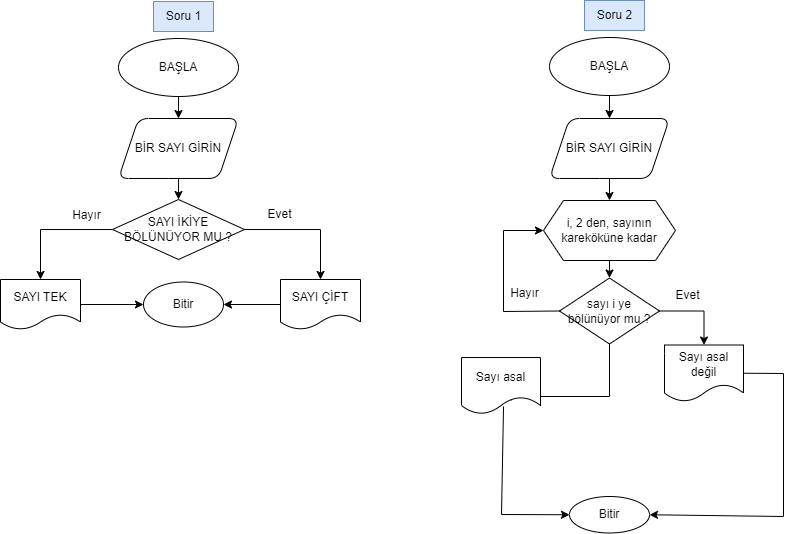
Earlier version of the draw.io export AkışDiyagramıÇözüm.png (csargin/TURKSTUDENTCO-DATA-SCIENCE-BOOTCAMP). Source tidied: cells renumbered, new cells last; positions are measured from the earlier drawing's top-left corner, leaving out a move shared by most shapes.
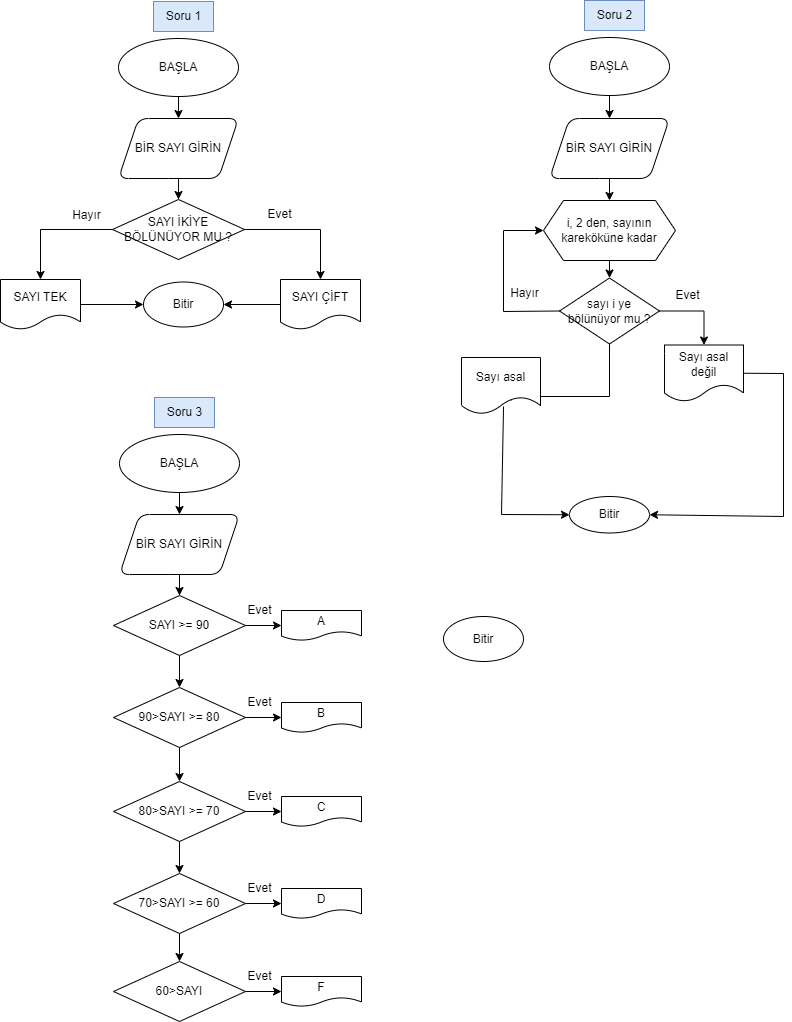
Later version of the same file.

Change to the diagram source:
```diff
@@ -120,5 +120,95 @@
         </Array>
       </mxGeometry>
     </mxCell>
+    <mxCell id="35" style="edgeStyle=orthogonalEdgeStyle;rounded=0;jettySize=auto;html=1;exitX=0.5;exitY=1;exitDx=0;exitDy=0;" parent="1" edge="1" source="36" target="38">
+      <mxGeometry relative="1" as="geometry" />
+    </mxCell>
+    <mxCell id="36" value="BAŞLA" style="ellipse;whiteSpace=wrap;html=1;" parent="1" vertex="1">
+      <mxGeometry x="119" y="434" width="120" height="58" as="geometry" />
+    </mxCell>
+    <mxCell id="37" style="edgeStyle=orthogonalEdgeStyle;rounded=0;jettySize=auto;html=1;" parent="1" edge="1" source="38" target="40">
+      <mxGeometry relative="1" as="geometry" />
+    </mxCell>
+    <mxCell id="38" value="BİR SAYI GİRİN" style="shape=parallelogram;perimeter=parallelogramPerimeter;whiteSpace=wrap;html=1;fixedSize=1;rounded=1;" parent="1" vertex="1">
+      <mxGeometry x="119" y="514" width="120" height="60" as="geometry" />
+    </mxCell>
+    <mxCell id="39" style="edgeStyle=orthogonalEdgeStyle;rounded=0;jettySize=auto;html=1;" parent="1" edge="1" source="40" target="41">
+      <mxGeometry relative="1" as="geometry" />
+    </mxCell>
+    <mxCell id="40" value="SAYI &amp;gt;= 90" style="rhombus;whiteSpace=wrap;html=1;" parent="1" vertex="1">
+      <mxGeometry x="113" y="595" width="132" height="60" as="geometry" />
+    </mxCell>
+    <mxCell id="41" value="A" style="shape=document;whiteSpace=wrap;html=1;boundedLbl=1;" parent="1" vertex="1">
+      <mxGeometry x="281" y="610" width="80" height="30" as="geometry" />
+    </mxCell>
+    <mxCell id="42" value="Evet" style="text;html=1;align=center;verticalAlign=middle;strokeColor=none;fillColor=none;" parent="1" vertex="1">
+      <mxGeometry x="234" y="595" width="50" height="30" as="geometry" />
+    </mxCell>
+    <mxCell id="43" value="Soru 3" style="text;html=1;align=center;verticalAlign=middle;strokeColor=#6c8ebf;fillColor=#dae8fc;" parent="1" vertex="1">
+      <mxGeometry x="154" y="397" width="60" height="30" as="geometry" />
+    </mxCell>
+    <mxCell id="44" value="Bitir" style="ellipse;whiteSpace=wrap;html=1;" parent="1" vertex="1">
+      <mxGeometry x="443" y="616" width="80" height="45" as="geometry" />
+    </mxCell>
+    <mxCell id="45" style="edgeStyle=orthogonalEdgeStyle;rounded=0;jettySize=auto;html=1;" parent="1" edge="1" source="46" target="47">
+      <mxGeometry relative="1" as="geometry" />
+    </mxCell>
+    <mxCell id="46" value="90&amp;gt;SAYI &amp;gt;= 80" style="rhombus;whiteSpace=wrap;html=1;" parent="1" vertex="1">
+      <mxGeometry x="113" y="687" width="132" height="60" as="geometry" />
+    </mxCell>
+    <mxCell id="47" value="B" style="shape=document;whiteSpace=wrap;html=1;boundedLbl=1;" parent="1" vertex="1">
+      <mxGeometry x="281" y="702" width="80" height="30" as="geometry" />
+    </mxCell>
+    <mxCell id="48" value="Evet" style="text;html=1;align=center;verticalAlign=middle;strokeColor=none;fillColor=none;" parent="1" vertex="1">
+      <mxGeometry x="234" y="687" width="50" height="30" as="geometry" />
+    </mxCell>
+    <mxCell id="49" style="endArrow=classic;html=1;rounded=0;entryX=0.5;entryY=0;entryDx=0;entryDy=0;exitX=0.5;exitY=1;exitDx=0;exitDy=0;" parent="1" edge="1" source="40" target="46">
+      <mxGeometry relative="1" as="geometry" />
+    </mxCell>
+    <mxCell id="50" style="edgeStyle=orthogonalEdgeStyle;rounded=0;jettySize=auto;html=1;exitX=0.5;exitY=1;exitDx=0;exitDy=0;" parent="1" edge="1" source="46" target="52">
+      <mxGeometry relative="1" as="geometry" />
+    </mxCell>
+    <mxCell id="51" style="edgeStyle=orthogonalEdgeStyle;rounded=0;jettySize=auto;html=1;" parent="1" edge="1" source="52" target="53">
+      <mxGeometry relative="1" as="geometry" />
+    </mxCell>
+    <mxCell id="52" value="80&amp;gt;SAYI &amp;gt;= 70" style="rhombus;whiteSpace=wrap;html=1;" parent="1" vertex="1">
+      <mxGeometry x="113" y="781" width="132" height="60" as="geometry" />
+    </mxCell>
+    <mxCell id="53" value="C" style="shape=document;whiteSpace=wrap;html=1;boundedLbl=1;" parent="1" vertex="1">
+      <mxGeometry x="281" y="796" width="80" height="30" as="geometry" />
+    </mxCell>
+    <mxCell id="54" value="Evet" style="text;html=1;align=center;verticalAlign=middle;strokeColor=none;fillColor=none;" parent="1" vertex="1">
+      <mxGeometry x="234" y="781" width="50" height="30" as="geometry" />
+    </mxCell>
+    <mxCell id="55" style="edgeStyle=orthogonalEdgeStyle;rounded=0;jettySize=auto;html=1;" parent="1" edge="1" source="56" target="57">
+      <mxGeometry relative="1" as="geometry" />
+    </mxCell>
+    <mxCell id="56" value="70&amp;gt;SAYI &amp;gt;= 60" style="rhombus;whiteSpace=wrap;html=1;" parent="1" vertex="1">
+      <mxGeometry x="113" y="873" width="132" height="60" as="geometry" />
+    </mxCell>
+    <mxCell id="57" value="D" style="shape=document;whiteSpace=wrap;html=1;boundedLbl=1;" parent="1" vertex="1">
+      <mxGeometry x="281" y="888" width="80" height="30" as="geometry" />
+    </mxCell>
+    <mxCell id="58" value="Evet" style="text;html=1;align=center;verticalAlign=middle;strokeColor=none;fillColor=none;" parent="1" vertex="1">
+      <mxGeometry x="234" y="873" width="50" height="30" as="geometry" />
+    </mxCell>
+    <mxCell id="59" style="endArrow=classic;html=1;rounded=0;entryX=0.5;entryY=0;entryDx=0;entryDy=0;exitX=0.5;exitY=1;exitDx=0;exitDy=0;" parent="1" edge="1" source="52" target="56">
+      <mxGeometry relative="1" as="geometry" />
+    </mxCell>
+    <mxCell id="60" style="edgeStyle=orthogonalEdgeStyle;rounded=0;jettySize=auto;html=1;" parent="1" edge="1" source="61" target="62">
+      <mxGeometry relative="1" as="geometry" />
+    </mxCell>
+    <mxCell id="61" value="60&amp;gt;SAYI" style="rhombus;whiteSpace=wrap;html=1;" parent="1" vertex="1">
+      <mxGeometry x="113" y="961" width="132" height="60" as="geometry" />
+    </mxCell>
+    <mxCell id="62" value="F" style="shape=document;whiteSpace=wrap;html=1;boundedLbl=1;" parent="1" vertex="1">
+      <mxGeometry x="281" y="976" width="80" height="30" as="geometry" />
+    </mxCell>
+    <mxCell id="63" value="Evet" style="text;html=1;align=center;verticalAlign=middle;strokeColor=none;fillColor=none;" parent="1" vertex="1">
+      <mxGeometry x="234" y="961" width="50" height="30" as="geometry" />
+    </mxCell>
+    <mxCell id="64" style="endArrow=classic;html=1;rounded=0;entryX=0.5;entryY=0;entryDx=0;entryDy=0;exitX=0.5;exitY=1;exitDx=0;exitDy=0;" parent="1" edge="1" source="56" target="61">
+      <mxGeometry relative="1" as="geometry" />
+    </mxCell>
   </root>
 </mxGraphModel>
```
